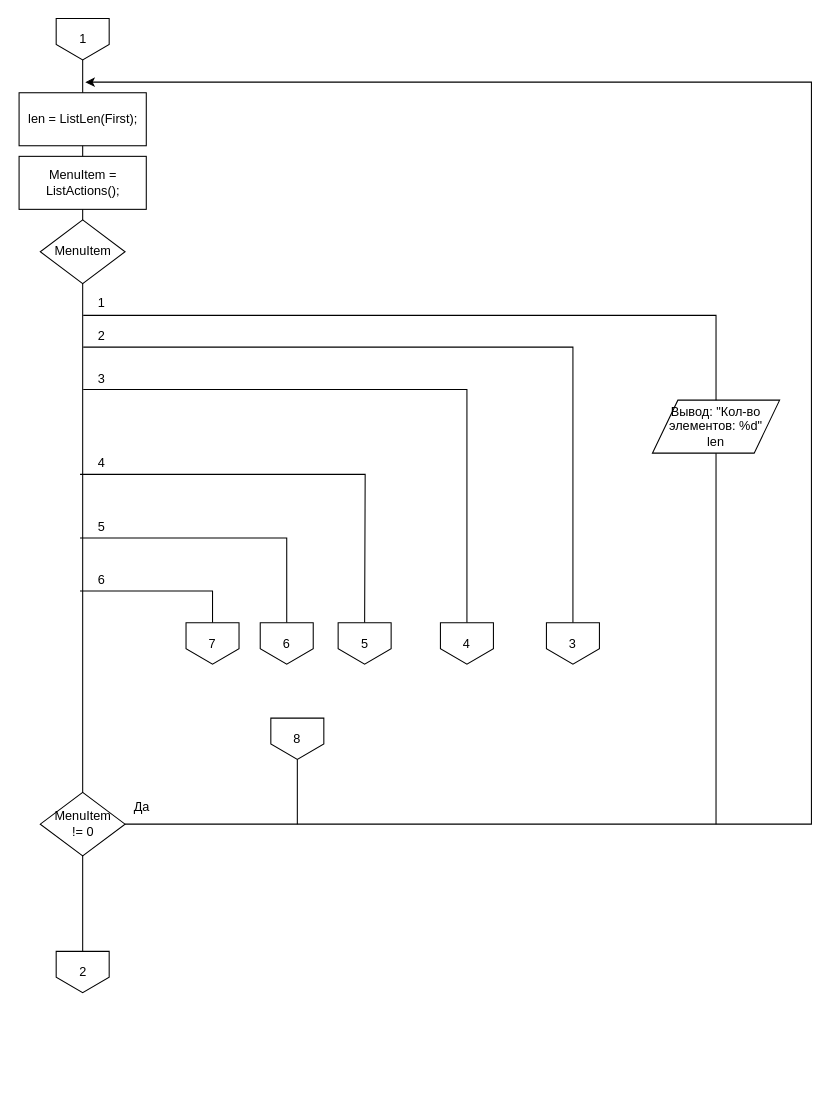
The draw.io diagram page "ListActions" (2 of 7) of курсач/main.drawio in Leha009/labsProgramming, before the edit. Source tidied: cells renumbered, new cells numbered last; positions are measured from the earlier drawing's top-left corner, leaving out a move shared by most shapes. Both pictures are drawn from the tidied source at 106%, with x=0, y=0 at pixel (18, 18).
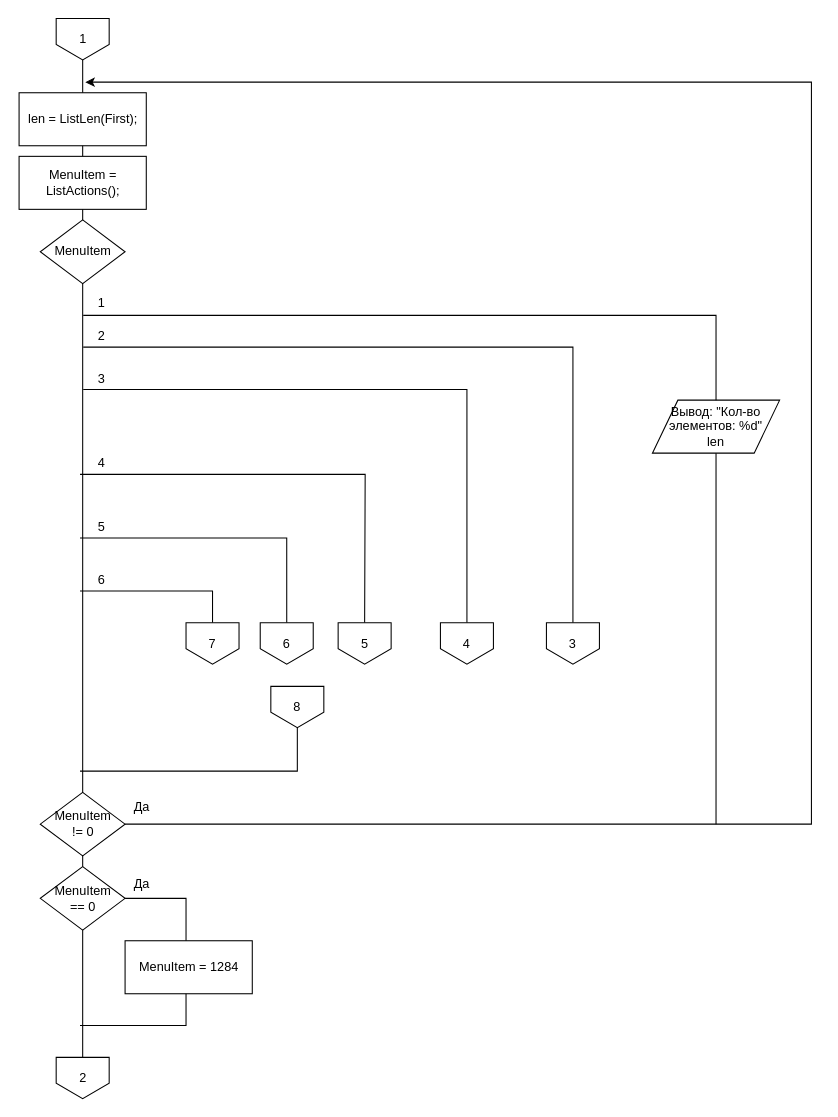
The same diagram, later.

Change to the diagram source:
```diff
@@
     <mxCell id="3" value="2" style="shape=offPageConnector;whiteSpace=wrap;html=1;" parent="1" vertex="1">
-      <mxGeometry x="35.5" y="880" width="50" height="39" as="geometry" />
+      <mxGeometry x="35.5" y="980" width="50" height="39" as="geometry" />
     </mxCell>
@@
     <mxCell id="29" value="8" style="shape=offPageConnector;whiteSpace=wrap;html=1;" parent="1" vertex="1">
-      <mxGeometry x="238" y="660" width="50" height="39" as="geometry" />
+      <mxGeometry x="238" y="630" width="50" height="39" as="geometry" />
     </mxCell>
-    <mxCell id="30" style="endArrow=none;html=1;entryX=0.5;entryY=1;entryDx=0;entryDy=0;" parent="1" edge="1" target="29">
+    <mxCell id="30" style="endArrow=none;html=1;entryX=0.5;entryY=1;entryDx=0;entryDy=0;rounded=0;" parent="1" edge="1" target="29">
       <mxGeometry relative="1" as="geometry">
-        <mxPoint x="263" y="760" as="sourcePoint" />
+        <mxPoint x="58" y="710" as="sourcePoint" />
+        <Array as="points">
+          <mxPoint x="263" y="710" />
+        </Array>
       </mxGeometry>
     </mxCell>
+    <mxCell id="31" value="MenuItem&lt;br&gt;== 0" style="rhombus;whiteSpace=wrap;html=1;" parent="1" vertex="1">
+      <mxGeometry x="20.5" y="800" width="80" height="60" as="geometry" />
+    </mxCell>
+    <mxCell id="32" style="endArrow=none;html=1;entryX=1;entryY=0.5;entryDx=0;entryDy=0;rounded=0;" parent="1" edge="1" target="31">
+      <mxGeometry relative="1" as="geometry">
+        <mxPoint x="58" y="950" as="sourcePoint" />
+        <Array as="points">
+          <mxPoint x="158" y="950" />
+          <mxPoint x="158" y="830" />
+        </Array>
+      </mxGeometry>
+    </mxCell>
+    <mxCell id="33" value="MenuItem = 1284" style="rounded=0;whiteSpace=wrap;html=1;" parent="1" vertex="1">
+      <mxGeometry x="100.5" y="870" width="120" height="50" as="geometry" />
+    </mxCell>
+    <mxCell id="34" value="Да" style="text;html=1;align=center;verticalAlign=middle;" parent="1" vertex="1">
+      <mxGeometry x="100.5" y="807" width="30" height="20" as="geometry" />
+    </mxCell>
```
